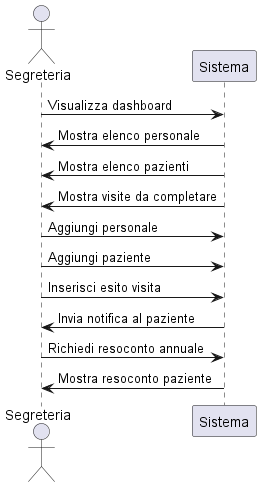
Taniyakaur/KMBhealthcenter keeps this PlantUML diagram as Latex/diagrammi_uml/segreteria.png. Above is the earlier version.
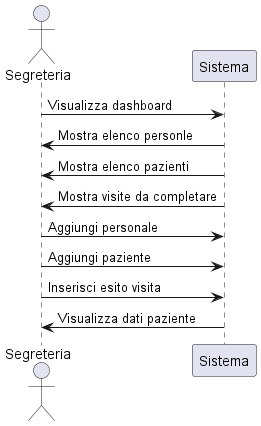
After the change.

Diff of the diagram source:
```diff
@@ -1,13 +1,13 @@
 @startuml
 actor Segreteria
+
 Segreteria -> Sistema : Visualizza dashboard
-Sistema -> Segreteria : Mostra elenco personale
+Sistema -> Segreteria : Mostra elenco personle
 Sistema -> Segreteria : Mostra elenco pazienti
 Sistema -> Segreteria : Mostra visite da completare
 Segreteria -> Sistema : Aggiungi personale
 Segreteria -> Sistema : Aggiungi paziente
 Segreteria -> Sistema : Inserisci esito visita
-Sistema -> Segreteria : Invia notifica al paziente
-Segreteria -> Sistema : Richiedi resoconto annuale
-Sistema -> Segreteria : Mostra resoconto paziente
+Sistema -> Segreteria : Visualizza dati paziente
+
 @enduml
```
